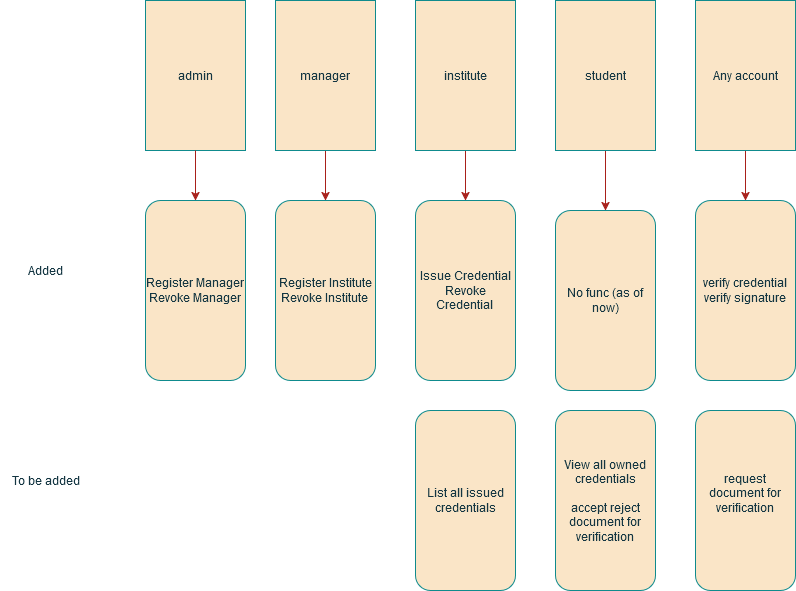
Saurav-Navdhare/NFT-CredentialManagementSystem keeps this draw.io diagram as Role_Functions.drawio.png. Above is the earlier version. Source tidied: cells renumbered, new cells last; positions are measured from the earlier drawing's top-left corner, leaving out a move shared by most shapes.
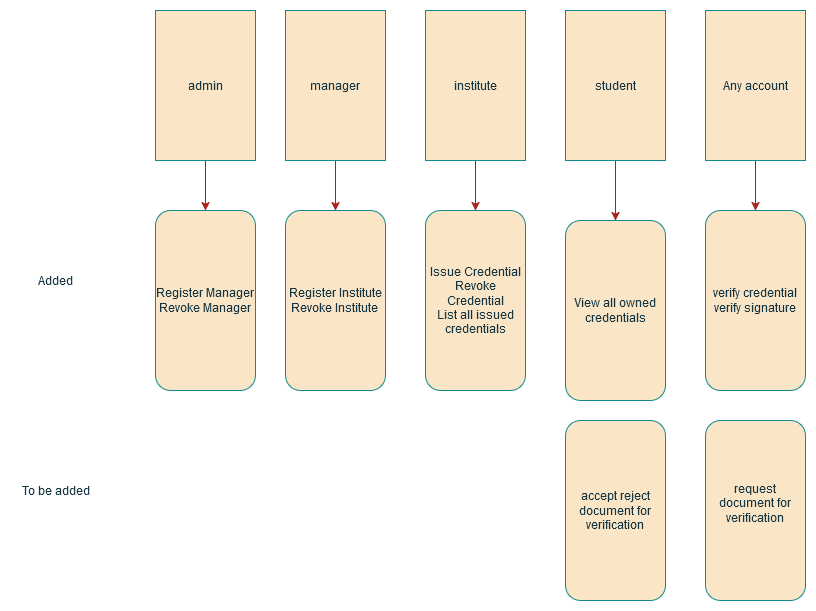
After the change.

Commit message:
fix(readme img): updated the readme image to the latest functionality

The edit, as a diff of the source:
```diff
@@ -29,10 +29,10 @@
     <mxCell id="10" value="&lt;div&gt;Register Institute&lt;/div&gt;&lt;div&gt;Revoke Institute&lt;br&gt;&lt;/div&gt;" style="rounded=1;whiteSpace=wrap;html=1;labelBackgroundColor=none;fillColor=#FAE5C7;strokeColor=#0F8B8D;fontColor=#143642;" parent="1" vertex="1">
       <mxGeometry x="275" y="200" width="100" height="180" as="geometry" />
     </mxCell>
-    <mxCell id="11" value="&lt;div&gt;Issue Credential&lt;/div&gt;&lt;div&gt;Revoke Credential&lt;br&gt;&lt;/div&gt;" style="rounded=1;whiteSpace=wrap;html=1;labelBackgroundColor=none;fillColor=#FAE5C7;strokeColor=#0F8B8D;fontColor=#143642;" parent="1" vertex="1">
+    <mxCell id="11" value="&lt;div&gt;Issue Credential&lt;/div&gt;&lt;div&gt;Revoke Credential&lt;/div&gt;&lt;div&gt;List all issued credentials&lt;/div&gt;" style="rounded=1;whiteSpace=wrap;html=1;labelBackgroundColor=none;fillColor=#FAE5C7;strokeColor=#0F8B8D;fontColor=#143642;" parent="1" vertex="1">
       <mxGeometry x="415" y="200" width="100" height="180" as="geometry" />
     </mxCell>
-    <mxCell id="12" value="No func (as of now)" style="rounded=1;whiteSpace=wrap;html=1;labelBackgroundColor=none;fillColor=#FAE5C7;strokeColor=#0F8B8D;fontColor=#143642;" parent="1" vertex="1">
+    <mxCell id="12" value="View all owned credentials" style="rounded=1;whiteSpace=wrap;html=1;labelBackgroundColor=none;fillColor=#FAE5C7;strokeColor=#0F8B8D;fontColor=#143642;" parent="1" vertex="1">
       <mxGeometry x="555" y="210" width="100" height="180" as="geometry" />
     </mxCell>
     <mxCell id="13" style="edgeStyle=orthogonalEdgeStyle;rounded=0;jettySize=auto;html=1;exitX=0.5;exitY=1;exitDx=0;exitDy=0;entryX=0.5;entryY=0;entryDx=0;entryDy=0;labelBackgroundColor=none;strokeColor=#A8201A;fontColor=default;" parent="1" edge="1" source="14" target="15">
@@ -44,10 +44,7 @@
     <mxCell id="15" value="&lt;div&gt;verify credential&lt;/div&gt;&lt;div&gt;verify signature&lt;br&gt;&lt;/div&gt;" style="rounded=1;whiteSpace=wrap;html=1;labelBackgroundColor=none;fillColor=#FAE5C7;strokeColor=#0F8B8D;fontColor=#143642;" parent="1" vertex="1">
       <mxGeometry x="695" y="200" width="100" height="180" as="geometry" />
     </mxCell>
-    <mxCell id="16" value="List all issued credentials" style="rounded=1;whiteSpace=wrap;html=1;labelBackgroundColor=none;fillColor=#FAE5C7;strokeColor=#0F8B8D;fontColor=#143642;" parent="1" vertex="1">
-      <mxGeometry x="415" y="410" width="100" height="180" as="geometry" />
-    </mxCell>
-    <mxCell id="17" value="&lt;div&gt;View all owned credentials&lt;/div&gt;&lt;div&gt;&lt;br&gt;&lt;/div&gt;&lt;div&gt;accept reject document for verification&lt;br&gt;&lt;/div&gt;" style="rounded=1;whiteSpace=wrap;html=1;labelBackgroundColor=none;fillColor=#FAE5C7;strokeColor=#0F8B8D;fontColor=#143642;" parent="1" vertex="1">
+    <mxCell id="17" value="&lt;div&gt;accept reject document for verification&lt;br&gt;&lt;/div&gt;" style="rounded=1;whiteSpace=wrap;html=1;labelBackgroundColor=none;fillColor=#FAE5C7;strokeColor=#0F8B8D;fontColor=#143642;" parent="1" vertex="1">
       <mxGeometry x="555" y="410" width="100" height="180" as="geometry" />
     </mxCell>
     <mxCell id="18" value="&lt;div&gt;request document for verification&lt;/div&gt;&lt;div&gt;&lt;br&gt;&lt;/div&gt;" style="rounded=1;whiteSpace=wrap;html=1;labelBackgroundColor=none;fillColor=#FAE5C7;strokeColor=#0F8B8D;fontColor=#143642;" parent="1" vertex="1">
```
